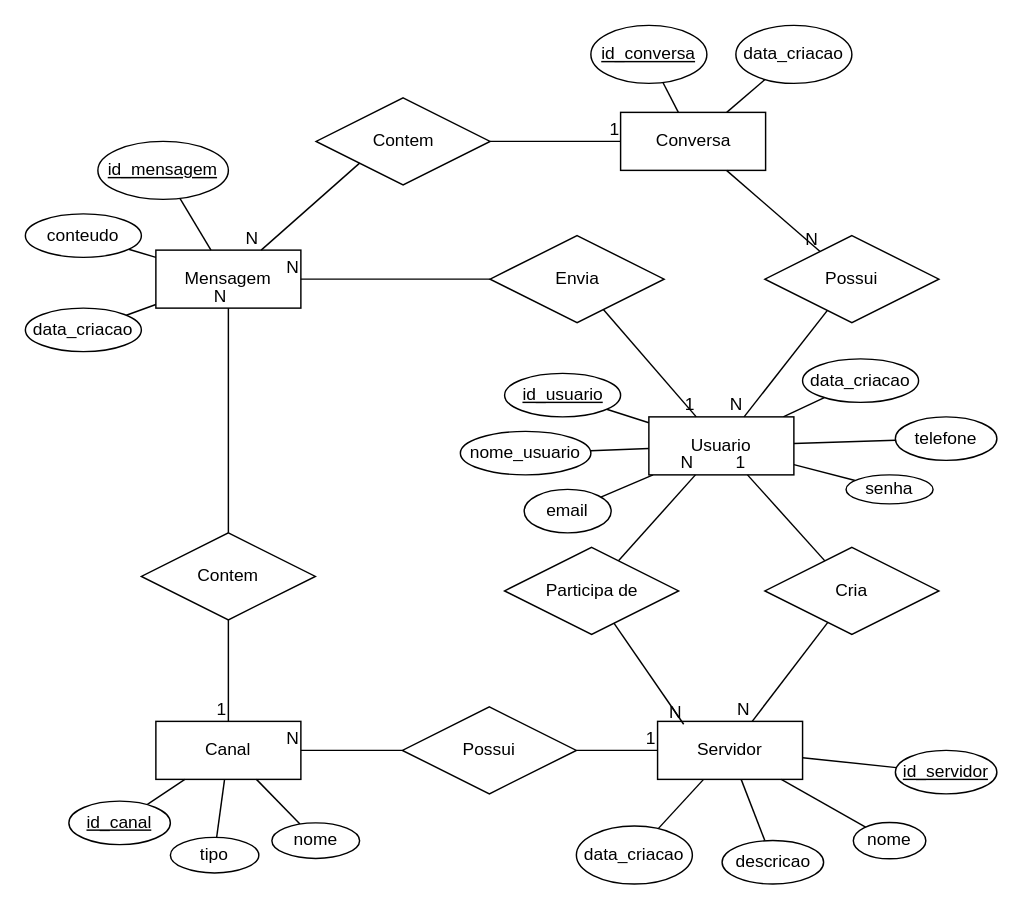
The draw.io diagram diagramas/der_v1.drawio.xml in joao-maia06/BD_Discord, before the edit. Source tidied: cells renumbered, new cells numbered last; positions are measured from the earlier drawing's top-left corner, leaving out a move shared by most shapes. Both pictures are drawn from the tidied source at 145%, with x=0, y=0 at pixel (25, 25).
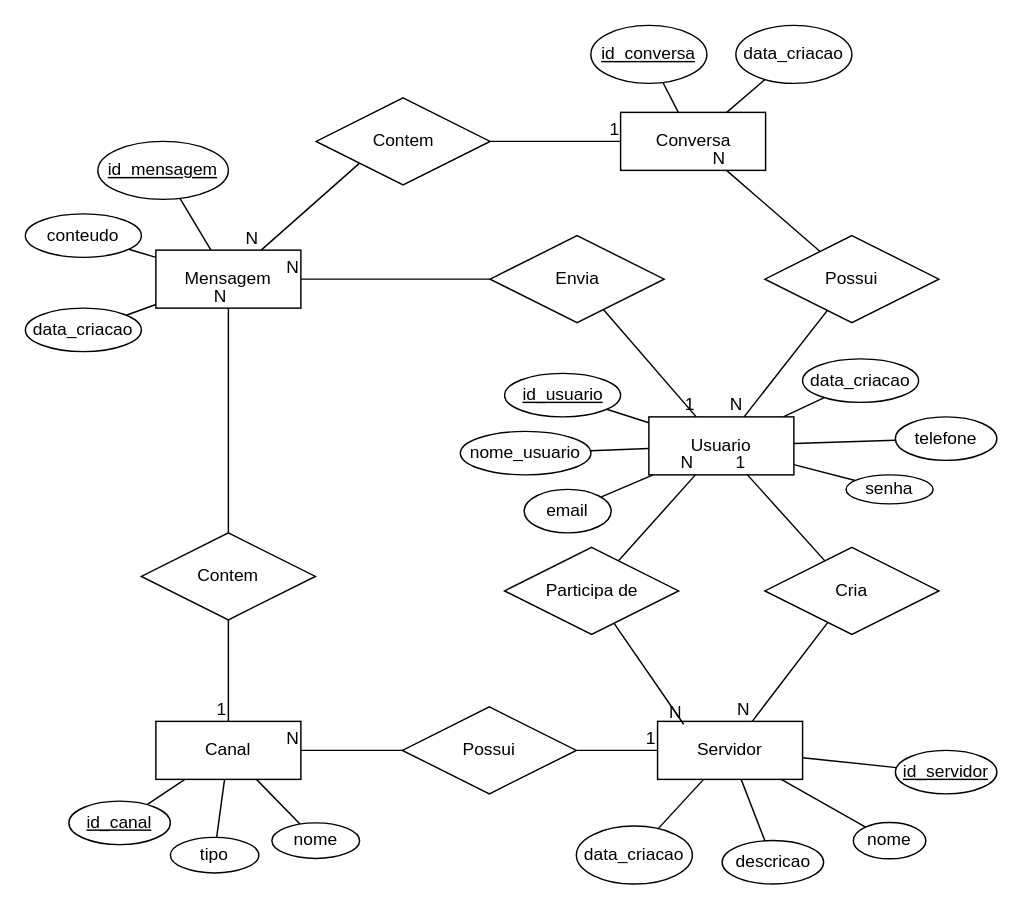
After the change.

Commit message:
pequena correçao na cardinalidade do relacionamento "Usuario possui Conversa"

Unchanged cells that the change refers to:
```xml
<mxCell id="12" value="Conversa" style="whiteSpace=wrap;html=1;align=center;" parent="1" vertex="1">
  <mxGeometry x="410.5" y="60" width="100" height="40" as="geometry" />
</mxCell>
<mxCell id="59" value="Possui" style="shape=rhombus;perimeter=rhombusPerimeter;whiteSpace=wrap;html=1;align=center;" parent="1" vertex="1">
  <mxGeometry x="510" y="145" width="120" height="60" as="geometry" />
</mxCell>
```

The edit, as a diff of the source:
```diff
@@
-    <mxCell id="62" style="endArrow=none;html=1;rounded=0;" parent="1" edge="1" source="12" target="59">
+    <mxCell id="62" style="endArrow=none;html=1;rounded=0;" parent="1" edge="1" source="59" target="12">
       <mxGeometry relative="1" as="geometry" />
     </mxCell>
```
